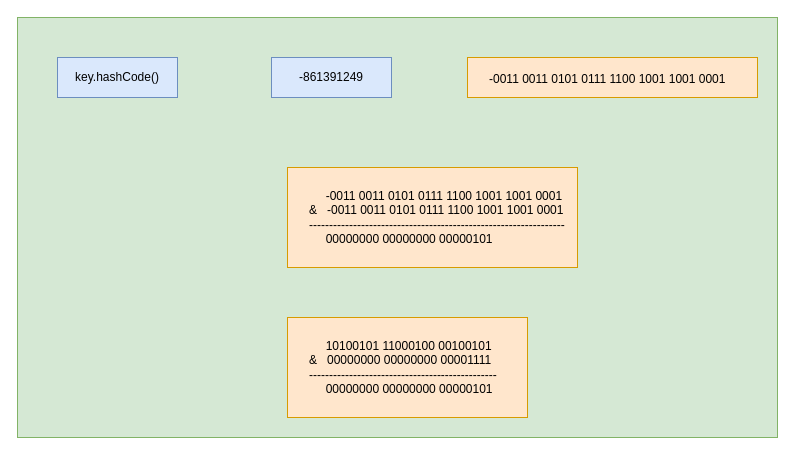
The draw.io diagram page "计算存储位置" (3 of 5) of HashMap.drawio in chaozhouzhang/learning-summary, before the edit. Source tidied: cells renumbered, new cells numbered last; positions are measured from the earlier drawing's top-left corner, leaving out a move shared by most shapes. Both pictures are drawn from the tidied source at 100%, with x=0, y=0 at pixel (17, 17).
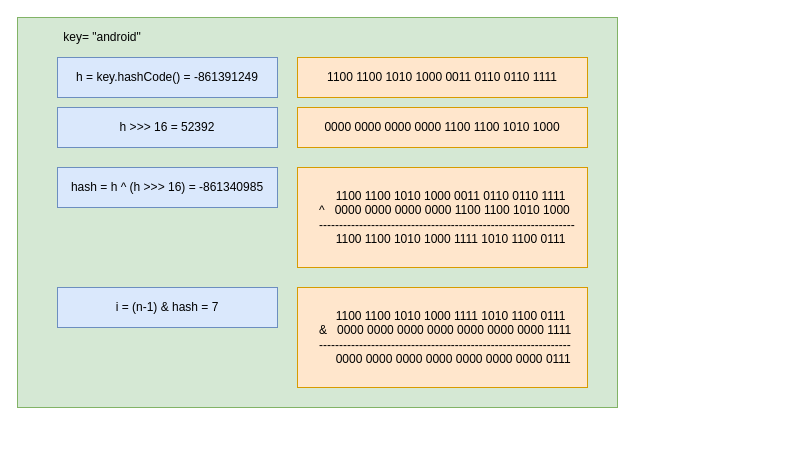
After the change.

Diff of the diagram source:
```diff
@@
 <mxGraphModel>
   <root>
     <mxCell id="0" />
     <mxCell id="1" parent="0" />
     <mxCell id="2" style="rounded=0;whiteSpace=wrap;html=1;fillColor=#d5e8d4;strokeColor=#82b366;" parent="1" vertex="1">
-      <mxGeometry width="760" height="420" as="geometry" />
+      <mxGeometry width="600" height="390" as="geometry" />
     </mxCell>
-    <mxCell id="3" value="key.hashCode()" style="rounded=0;whiteSpace=wrap;html=1;fillColor=#dae8fc;strokeColor=#6c8ebf;" parent="1" vertex="1">
-      <mxGeometry x="40" y="40" width="120" height="40" as="geometry" />
+    <mxCell id="3" value="h = key.hashCode() =&amp;nbsp;&lt;span style=&quot;text-align: left ; white-space: nowrap&quot;&gt;-861391249&lt;/span&gt;" style="rounded=0;whiteSpace=wrap;html=1;fillColor=#dae8fc;strokeColor=#6c8ebf;" parent="1" vertex="1">
+      <mxGeometry x="40" y="40" width="220" height="40" as="geometry" />
     </mxCell>
     <mxCell id="4" style="rounded=0;whiteSpace=wrap;html=1;fillColor=#ffe6cc;strokeColor=#d79b00;" parent="1" vertex="1">
-      <mxGeometry x="270" y="300" width="240" height="100" as="geometry" />
+      <mxGeometry x="280" y="270" width="290" height="100" as="geometry" />
     </mxCell>
-    <mxCell id="5" value="&amp;nbsp; &amp;nbsp; &amp;nbsp;10100101 11000100 00100101&lt;br&gt;&amp;amp;&amp;nbsp; &amp;nbsp;00000000 00000000 00001111&lt;br&gt;-----------------------------------------------&lt;br&gt;&amp;nbsp; &amp;nbsp; &amp;nbsp;00000000 00000000 00000101" style="text;html=1;fontColor=#000000;" parent="1" vertex="1">
-      <mxGeometry x="290" y="315" width="200" height="70" as="geometry" />
+    <mxCell id="5" value="&amp;nbsp; &amp;nbsp; &amp;nbsp;1100 1100 1010 1000 1111 1010 1100 0111&lt;br&gt;&amp;amp;&amp;nbsp; &amp;nbsp;0000 0000 0000 0000 0000 0000 0000 1111&lt;br&gt;---------------------------------------------------------------&lt;br&gt;&amp;nbsp; &amp;nbsp; &amp;nbsp;0000 0000 0000 0000 0000 0000 0000 0111" style="text;html=1;fontColor=#000000;" parent="1" vertex="1">
+      <mxGeometry x="300" y="285" width="260" height="70" as="geometry" />
     </mxCell>
     <mxCell id="6" style="rounded=0;whiteSpace=wrap;html=1;fillColor=#ffe6cc;strokeColor=#d79b00;" parent="1" vertex="1">
-      <mxGeometry x="270" y="150" width="290" height="100" as="geometry" />
+      <mxGeometry x="280" y="150" width="290" height="100" as="geometry" />
     </mxCell>
-    <mxCell id="7" value="&amp;nbsp; &amp;nbsp; &amp;nbsp;-0011 0011 0101 0111 1100 1001 1001 0001&lt;br&gt;&amp;amp;&amp;nbsp; &amp;nbsp;-0011 0011 0101 0111 1100 1001 1001 0001&lt;br&gt;----------------------------------------------------------------&lt;br&gt;&amp;nbsp; &amp;nbsp; &amp;nbsp;00000000 00000000 00000101" style="text;html=1;fontColor=#000000;" parent="1" vertex="1">
-      <mxGeometry x="290" y="165" width="260" height="70" as="geometry" />
+    <mxCell id="7" value="&amp;nbsp; &amp;nbsp; &amp;nbsp;&lt;span style=&quot;text-align: center ; white-space: normal&quot;&gt;1100 1100 1010 1000 0011 0110 0110 1111&lt;/span&gt;&lt;br&gt;^&amp;nbsp; &amp;nbsp;0000 0000 0000 0000 1100 1100 1010 1000&lt;br&gt;----------------------------------------------------------------&lt;br&gt;&amp;nbsp; &amp;nbsp; &amp;nbsp;1100 1100 1010 1000 1111 1010 1100 0111" style="text;html=1;fontColor=#000000;" parent="1" vertex="1">
+      <mxGeometry x="300" y="165" width="260" height="70" as="geometry" />
     </mxCell>
-    <mxCell id="8" style="rounded=0;whiteSpace=wrap;html=1;fillColor=#ffe6cc;strokeColor=#d79b00;" parent="1" vertex="1">
-      <mxGeometry x="450" y="40" width="290" height="40" as="geometry" />
+    <mxCell id="8" value="1100 1100 1010 1000 0011 0110 0110 1111" style="rounded=0;whiteSpace=wrap;html=1;fillColor=#ffe6cc;strokeColor=#d79b00;" parent="1" vertex="1">
+      <mxGeometry x="280" y="40" width="290" height="40" as="geometry" />
     </mxCell>
-    <mxCell id="9" value="-0011 0011 0101 0111 1100 1001 1001 0001" style="text;html=1;fontColor=#000000;" parent="1" vertex="1">
-      <mxGeometry x="470" y="47.5" width="250" height="25" as="geometry" />
-    </mxCell>
-    <mxCell id="10" value="&lt;span style=&quot;text-align: left ; white-space: nowrap&quot;&gt;-861391249&lt;/span&gt;" style="rounded=0;whiteSpace=wrap;html=1;fillColor=#dae8fc;strokeColor=#6c8ebf;" parent="1" vertex="1">
-      <mxGeometry x="254" y="40" width="120" height="40" as="geometry" />
-    </mxCell>
+    <mxCell id="11" value="&lt;span style=&quot;text-align: left ; white-space: nowrap&quot;&gt;0000 0000 0000 0000 1100 1100 1010 1000&lt;/span&gt;" style="rounded=0;whiteSpace=wrap;html=1;fillColor=#ffe6cc;strokeColor=#d79b00;" parent="1" vertex="1">
+      <mxGeometry x="280" y="90" width="290" height="40" as="geometry" />
+    </mxCell>
+    <mxCell id="12" value="h &amp;gt;&amp;gt;&amp;gt; 16 =&amp;nbsp;&lt;span style=&quot;text-align: left ; white-space: nowrap&quot;&gt;52392&lt;/span&gt;" style="rounded=0;whiteSpace=wrap;html=1;fillColor=#dae8fc;strokeColor=#6c8ebf;" parent="1" vertex="1">
+      <mxGeometry x="40" y="90" width="220" height="40" as="geometry" />
+    </mxCell>
+    <mxCell id="13" value="hash = h ^ (h &amp;gt;&amp;gt;&amp;gt; 16) =&amp;nbsp;&lt;span style=&quot;text-align: left ; white-space: nowrap&quot;&gt;-861340985&lt;/span&gt;" style="rounded=0;whiteSpace=wrap;html=1;fillColor=#dae8fc;strokeColor=#6c8ebf;" parent="1" vertex="1">
+      <mxGeometry x="40" y="150" width="220" height="40" as="geometry" />
+    </mxCell>
+    <mxCell id="14" value="i = (n-1) &amp;amp; hash =&amp;nbsp;&lt;span style=&quot;text-align: left ; white-space: nowrap&quot;&gt;7&lt;/span&gt;" style="rounded=0;whiteSpace=wrap;html=1;fillColor=#dae8fc;strokeColor=#6c8ebf;" parent="1" vertex="1">
+      <mxGeometry x="40" y="270" width="220" height="40" as="geometry" />
+    </mxCell>
+    <mxCell id="15" value="key= &quot;android&quot;" style="text;html=1;strokeColor=none;fillColor=none;align=center;verticalAlign=middle;whiteSpace=wrap;rounded=0;fontColor=#000000;" parent="1" vertex="1">
+      <mxGeometry x="40" y="10" width="90" height="20" as="geometry" />
+    </mxCell>
   </root>
 </mxGraphModel>
```
